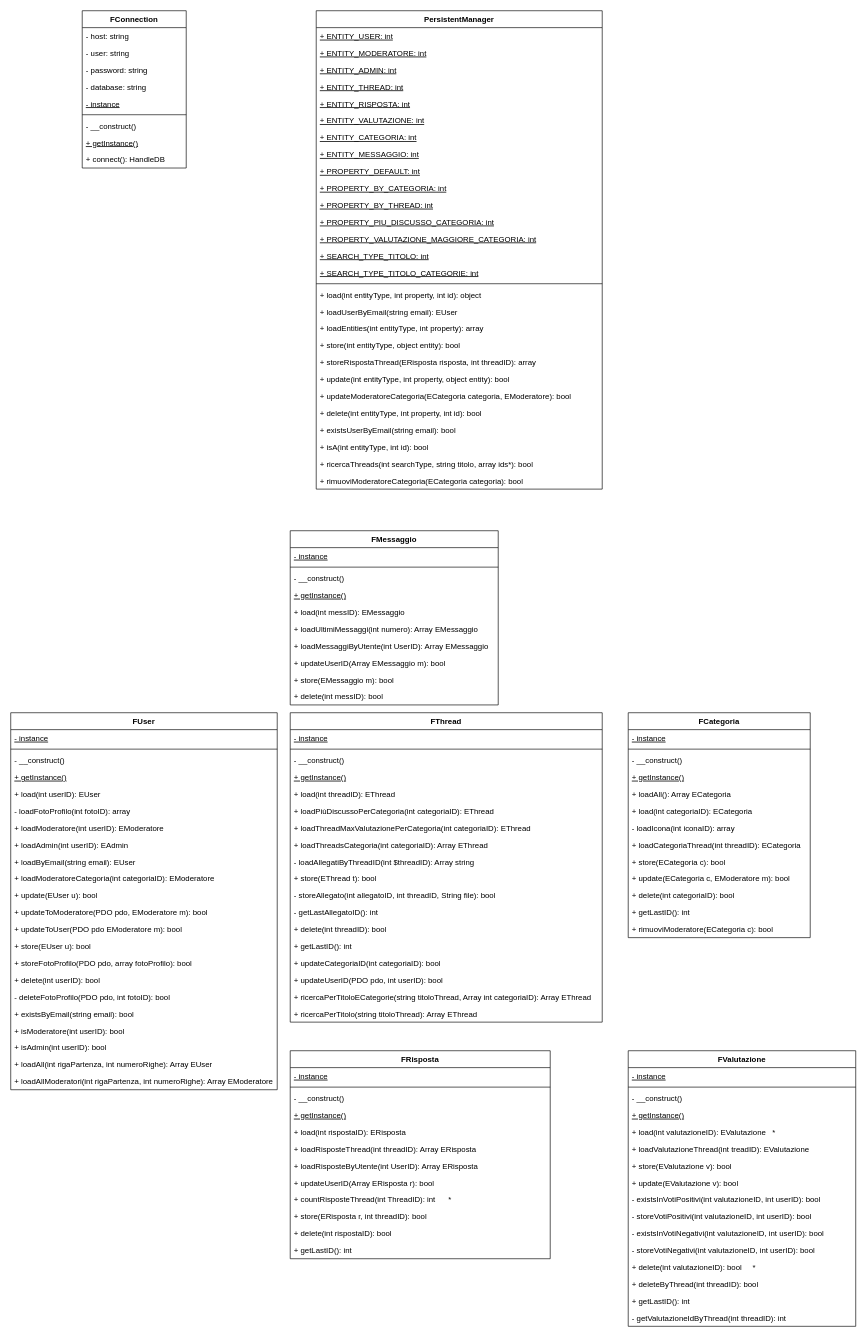
Before: Diagrammi/UML Fondation 2.drawio in EdoPan/UniChat, a draw.io diagram. Source tidied: cells renumbered, new cells numbered last; positions are measured from the earlier drawing's top-left corner, leaving out a move shared by most shapes. Both pictures are drawn from the tidied source at 65%, with x=0, y=0 at pixel (10, 10).
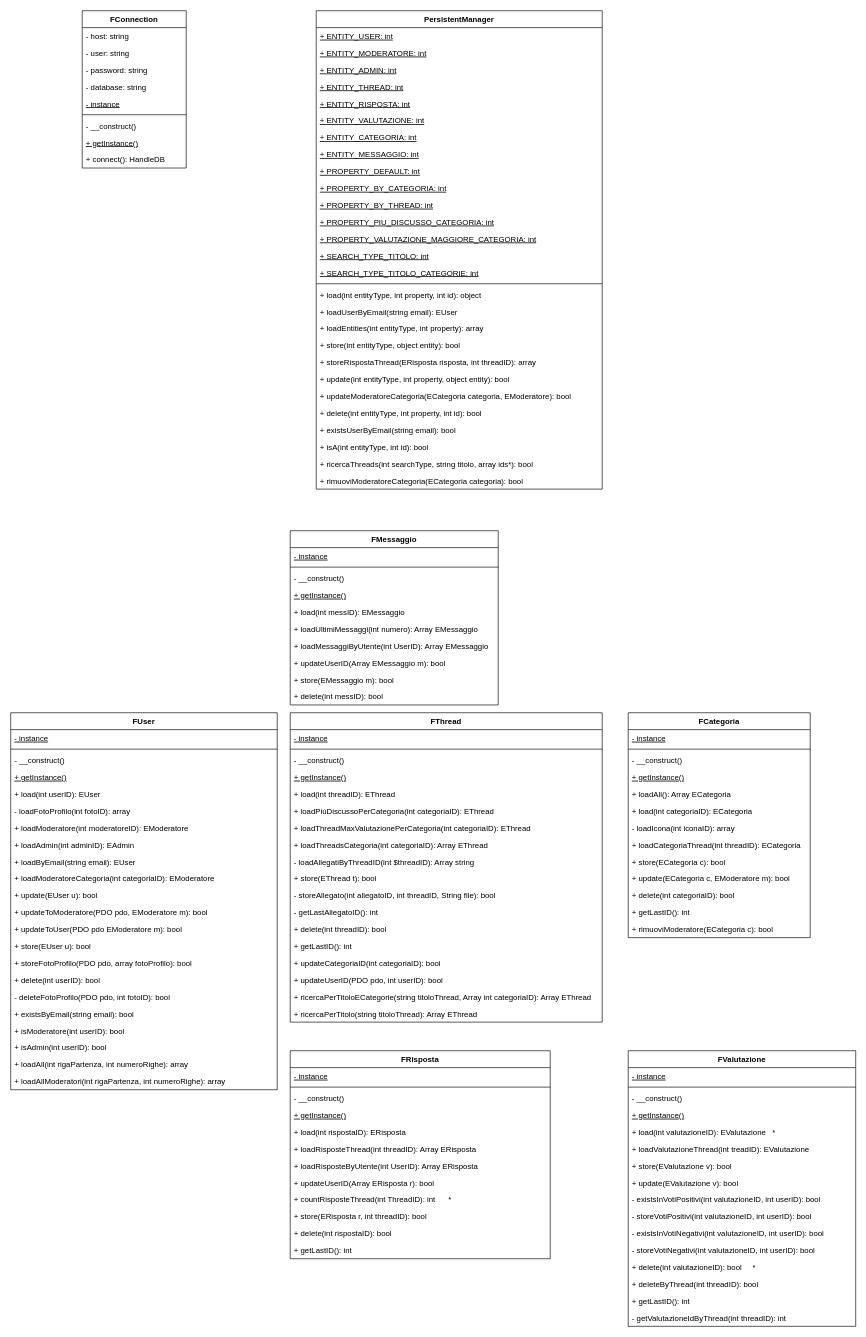
The same diagram, later.

Commit message (it also covers changes not shown here):
Aggiornamento grafici

Unchanged cells that the change refers to:
```xml
<mxCell id="41" value="FUser" style="swimlane;fontStyle=1;align=center;verticalAlign=top;horizontal=1;startSize=26;" parent="1" vertex="1">
  <mxGeometry y="1080" width="410" height="580" as="geometry" />
</mxCell>
```

What changed in the source:
```diff
@@
-    <mxCell id="48" value="+ loadModeratore(int userID): EModeratore" style="text;strokeColor=none;fillColor=none;align=left;verticalAlign=top;spacingLeft=4;spacingRight=4;overflow=hidden;" parent="41" vertex="1">
+    <mxCell id="48" value="+ loadModeratore(int moderatoreID): EModeratore" style="text;strokeColor=none;fillColor=none;align=left;verticalAlign=top;spacingLeft=4;spacingRight=4;overflow=hidden;" parent="41" vertex="1">
       <mxGeometry y="164" width="410" height="26" as="geometry" />
     </mxCell>
-    <mxCell id="49" value="+ loadAdmin(int userID): EAdmin" style="text;strokeColor=none;fillColor=none;align=left;verticalAlign=top;spacingLeft=4;spacingRight=4;overflow=hidden;" parent="41" vertex="1">
+    <mxCell id="49" value="+ loadAdmin(int adminID): EAdmin" style="text;strokeColor=none;fillColor=none;align=left;verticalAlign=top;spacingLeft=4;spacingRight=4;overflow=hidden;" parent="41" vertex="1">
       <mxGeometry y="190" width="410" height="26" as="geometry" />
     </mxCell>
@@
-    <mxCell id="62" value="+ loadAll(int rigaPartenza, int numeroRighe): Array EUser" style="text;strokeColor=none;fillColor=none;align=left;verticalAlign=top;spacingLeft=4;spacingRight=4;overflow=hidden;" parent="41" vertex="1">
+    <mxCell id="62" value="+ loadAll(int rigaPartenza, int numeroRighe): array" style="text;strokeColor=none;fillColor=none;align=left;verticalAlign=top;spacingLeft=4;spacingRight=4;overflow=hidden;" parent="41" vertex="1">
       <mxGeometry y="528" width="410" height="26" as="geometry" />
     </mxCell>
-    <mxCell id="63" value="+ loadAllModeratori(int rigaPartenza, int numeroRighe): Array EModeratore" style="text;strokeColor=none;fillColor=none;align=left;verticalAlign=top;spacingLeft=4;spacingRight=4;overflow=hidden;" parent="41" vertex="1">
+    <mxCell id="63" value="+ loadAllModeratori(int rigaPartenza, int numeroRighe): array" style="text;strokeColor=none;fillColor=none;align=left;verticalAlign=top;spacingLeft=4;spacingRight=4;overflow=hidden;" parent="41" vertex="1">
       <mxGeometry y="554" width="410" height="26" as="geometry" />
     </mxCell>
```
